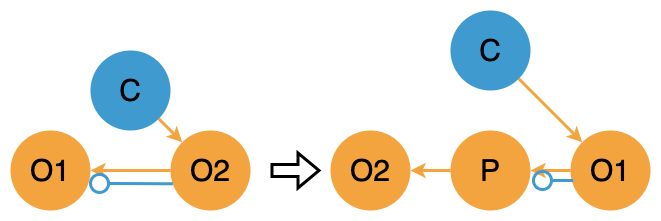
Earlier version of the draw.io export Neurotechnologies_and_TRIZ/Proxy.png (max-talanov/1). Source tidied: cells renumbered, new cells last; positions are measured from the earlier drawing's top-left corner, leaving out a move shared by most shapes.
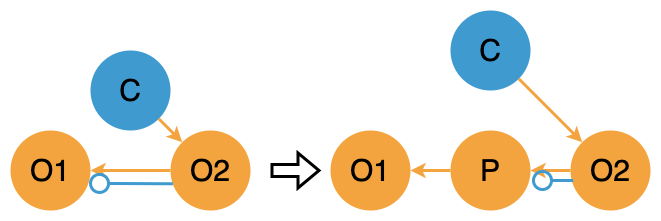
The same diagram one commit later.

Commit message:
IM: corrected 2 spiral

What changed in the source:
```diff
@@ -9,10 +9,10 @@
     <mxCell id="4" style="rounded=0;jettySize=auto;html=1;fontSize=30;strokeColor=#F3A43E;strokeWidth=3;startArrow=none;startFill=0;entryX=1;entryY=0.5;entryDx=0;entryDy=0;exitX=0;exitY=0.5;exitDx=0;exitDy=0;" parent="3" edge="1" source="16" target="5">
       <mxGeometry relative="1" as="geometry" />
     </mxCell>
-    <mxCell id="5" value="O2" style="ellipse;whiteSpace=wrap;html=1;fontSize=30;strokeColor=none;fillColor=#F3A43E;" parent="3" vertex="1">
+    <mxCell id="5" value="O1" style="ellipse;whiteSpace=wrap;html=1;fontSize=30;strokeColor=none;fillColor=#F3A43E;" parent="3" vertex="1">
       <mxGeometry x="330" y="130" width="80" height="80" as="geometry" />
     </mxCell>
-    <mxCell id="6" value="O1" style="ellipse;whiteSpace=wrap;html=1;fontSize=30;strokeColor=none;fillColor=#F3A43E;" parent="3" vertex="1">
+    <mxCell id="6" value="O2" style="ellipse;whiteSpace=wrap;html=1;fontSize=30;strokeColor=none;fillColor=#F3A43E;" parent="3" vertex="1">
       <mxGeometry x="570" y="130" width="80" height="80" as="geometry" />
     </mxCell>
     <mxCell id="7" value="C" style="ellipse;whiteSpace=wrap;html=1;fontSize=30;strokeColor=none;fillColor=#3E9ACF;" parent="3" vertex="1">
```
